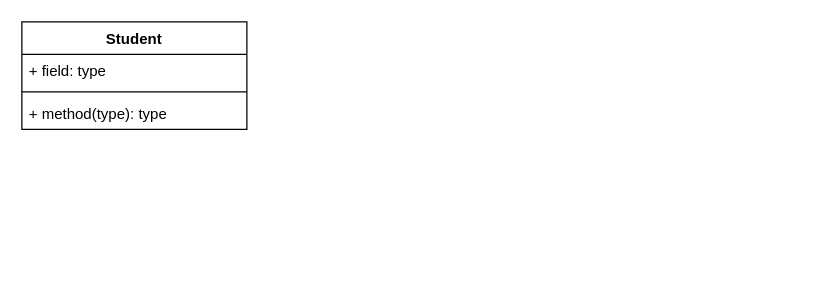
ABHINAV1418/uml keeps this draw.io diagram as umlDiagrams/uml.drawio. Above is the earlier version. Source tidied: cells renumbered, new cells numbered last; positions are measured from the earlier drawing's top-left corner, leaving out a move shared by most shapes. Both pictures are drawn from the tidied source at 125%, with x=0, y=0 at pixel (21, 21).
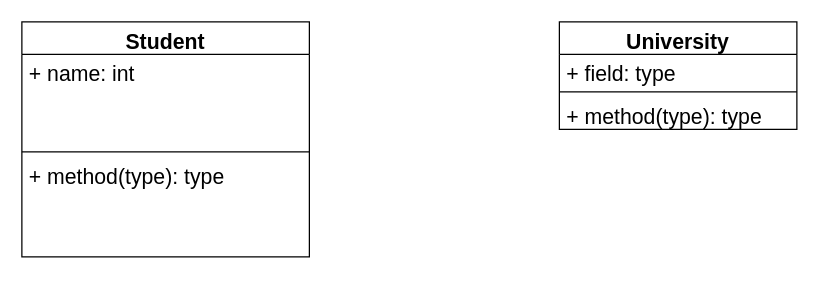
The same diagram, later.

What changed in the source:
```diff
@@
 <mxGraphModel>
   <root>
     <mxCell id="0" />
     <mxCell id="1" parent="0" />
-    <mxCell id="2" value="Student" style="swimlane;fontStyle=1;align=center;verticalAlign=top;horizontal=1;startSize=26;whiteSpace=wrap;html=1;" parent="1" vertex="1">
-      <mxGeometry width="180" height="86" as="geometry" />
+    <mxCell id="2" value="Student" style="swimlane;fontStyle=1;align=center;verticalAlign=top;horizontal=1;startSize=26;whiteSpace=wrap;html=1;fontSize=17;" parent="1" vertex="1">
+      <mxGeometry width="230" height="188" as="geometry" />
     </mxCell>
-    <mxCell id="3" value="+ field: type" style="text;strokeColor=none;fillColor=none;align=left;verticalAlign=top;spacingLeft=4;spacingRight=4;overflow=hidden;whiteSpace=wrap;html=1;" parent="2" vertex="1">
-      <mxGeometry y="26" width="180" height="26" as="geometry" />
+    <mxCell id="3" value="+ name: int&lt;div&gt;&lt;br&gt;&lt;/div&gt;" style="text;strokeColor=none;fillColor=none;align=left;verticalAlign=top;spacingLeft=4;spacingRight=4;overflow=hidden;whiteSpace=wrap;html=1;fontSize=17;" parent="2" vertex="1">
+      <mxGeometry y="26" width="230" height="74" as="geometry" />
     </mxCell>
-    <mxCell id="4" style="line;strokeWidth=1;fillColor=none;align=left;verticalAlign=middle;spacingTop=-1;spacingLeft=3;spacingRight=3;labelPosition=right;strokeColor=inherit;" parent="2" vertex="1">
-      <mxGeometry y="52" width="180" height="8" as="geometry" />
+    <mxCell id="4" style="line;strokeWidth=1;fillColor=none;align=left;verticalAlign=middle;spacingTop=-1;spacingLeft=3;spacingRight=3;labelPosition=right;strokeColor=inherit;fontSize=17;" parent="2" vertex="1">
+      <mxGeometry y="100" width="230" height="8" as="geometry" />
     </mxCell>
-    <mxCell id="5" value="+ method(type): type" style="text;strokeColor=none;fillColor=none;align=left;verticalAlign=top;spacingLeft=4;spacingRight=4;overflow=hidden;whiteSpace=wrap;html=1;" parent="2" vertex="1">
-      <mxGeometry y="60" width="180" height="26" as="geometry" />
+    <mxCell id="5" value="+ method(type): type" style="text;strokeColor=none;fillColor=none;align=left;verticalAlign=top;spacingLeft=4;spacingRight=4;overflow=hidden;whiteSpace=wrap;html=1;fontSize=17;" parent="2" vertex="1">
+      <mxGeometry y="108" width="230" height="80" as="geometry" />
     </mxCell>
+    <mxCell id="6" value="University" style="swimlane;fontStyle=1;align=center;verticalAlign=top;horizontal=1;startSize=26;whiteSpace=wrap;html=1;fontSize=17;" parent="1" vertex="1">
+      <mxGeometry x="430" width="190" height="86" as="geometry" />
+    </mxCell>
+    <mxCell id="7" value="+ field: type" style="text;strokeColor=none;fillColor=none;align=left;verticalAlign=top;spacingLeft=4;spacingRight=4;overflow=hidden;whiteSpace=wrap;html=1;fontSize=17;" parent="6" vertex="1">
+      <mxGeometry y="26" width="190" height="26" as="geometry" />
+    </mxCell>
+    <mxCell id="8" style="line;strokeWidth=1;fillColor=none;align=left;verticalAlign=middle;spacingTop=-1;spacingLeft=3;spacingRight=3;labelPosition=right;strokeColor=inherit;fontSize=17;" parent="6" vertex="1">
+      <mxGeometry y="52" width="190" height="8" as="geometry" />
+    </mxCell>
+    <mxCell id="9" value="+ method(type): type" style="text;strokeColor=none;fillColor=none;align=left;verticalAlign=top;spacingLeft=4;spacingRight=4;overflow=hidden;whiteSpace=wrap;html=1;fontSize=17;" parent="6" vertex="1">
+      <mxGeometry y="60" width="190" height="26" as="geometry" />
+    </mxCell>
   </root>
 </mxGraphModel>
```
